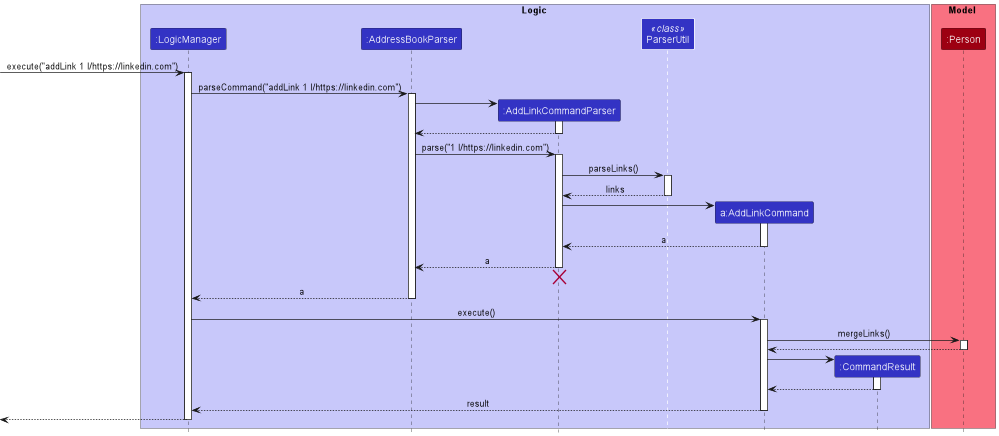
nus-cs2103-AY2223S1/tp keeps this PlantUML diagram as docs/images/AddLinkSequenceDiagram.png. Above is the earlier version.
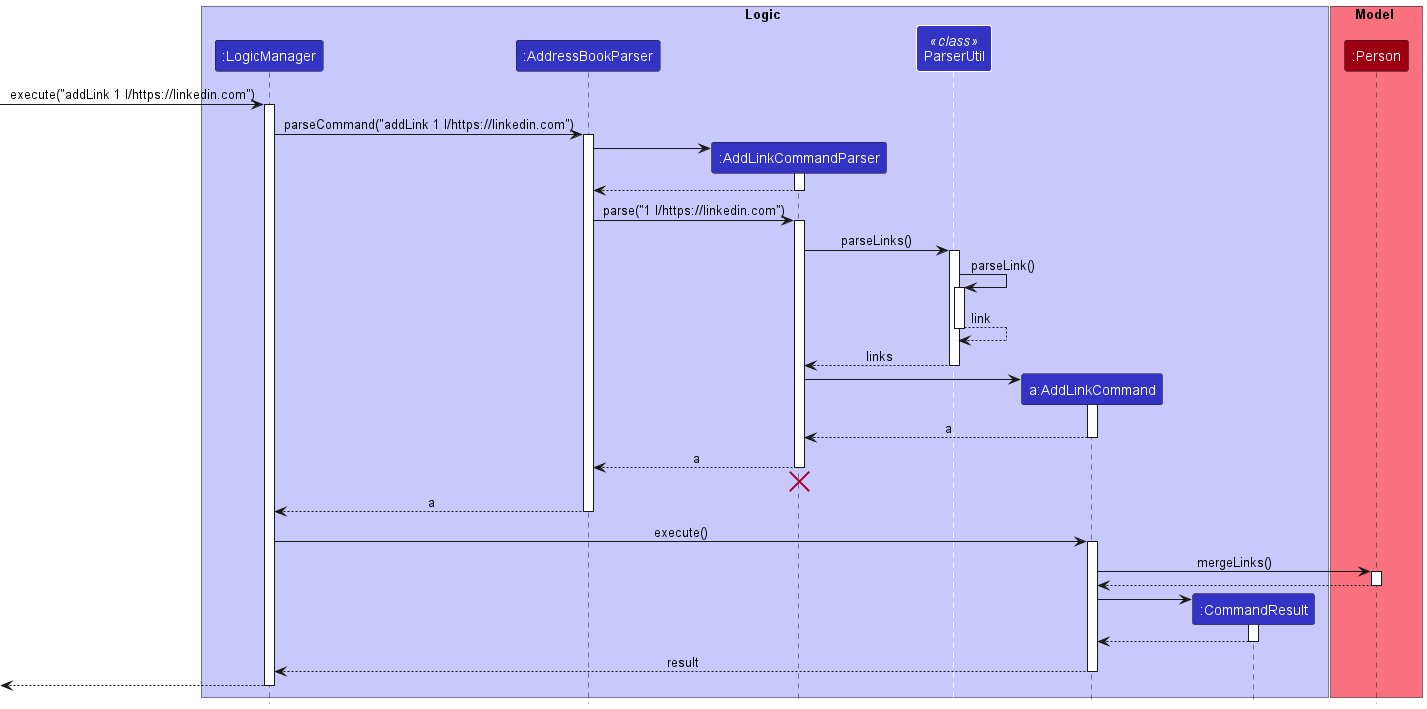
Above is the later version.

Commit message:
Fix Sequence diagram for AddLink command

Diff of the diagram source:
```diff
@@ -32,6 +32,12 @@
 
 AddLinkCommandParser -> ParserUtil : parseLinks()
 activate ParserUtil
+
+ParserUtil -> ParserUtil : parseLink()
+activate ParserUtil
+
+ParserUtil --> ParserUtil : link
+deactivate ParserUtil
 
 ParserUtil --> AddLinkCommandParser : links
 deactivate ParserUtil
```
